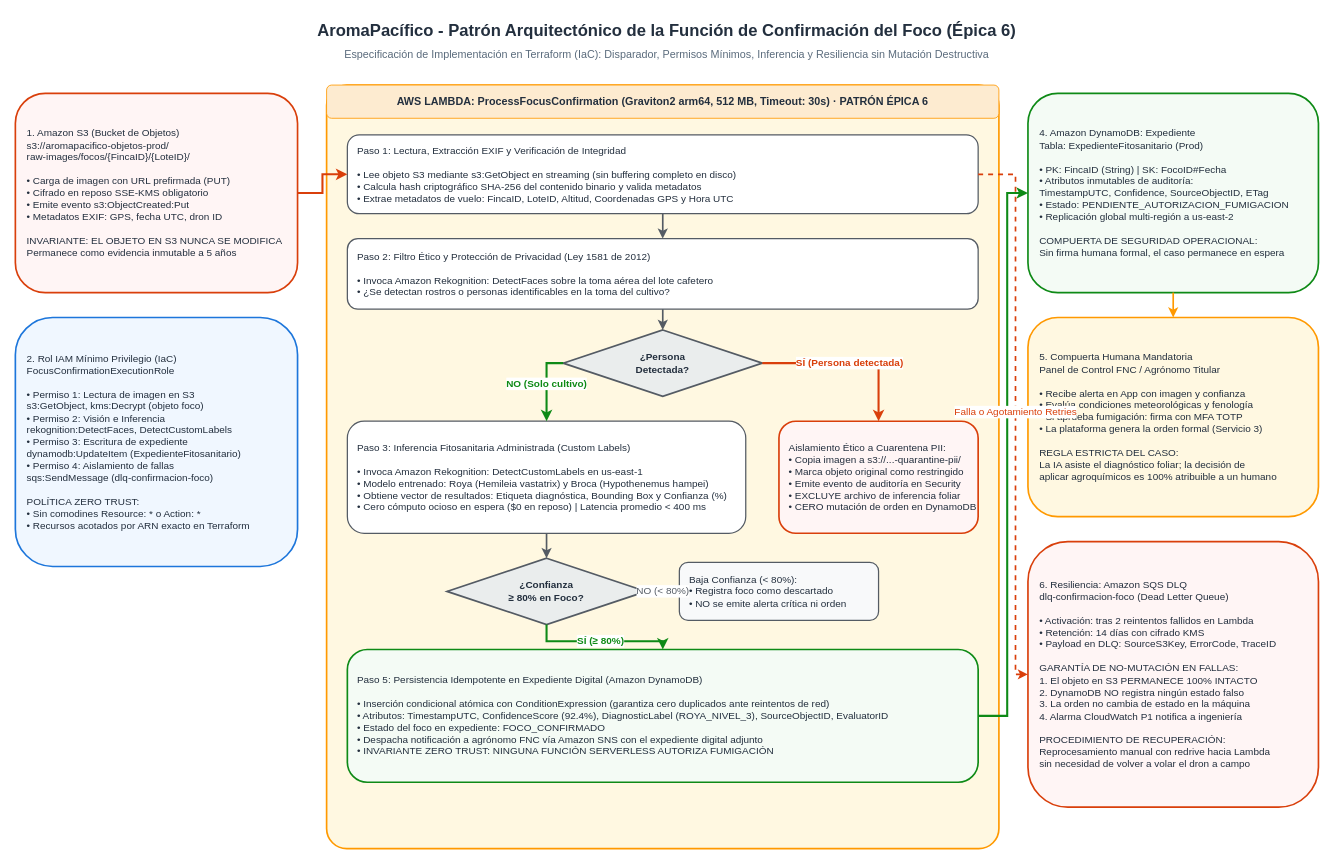
This is docs/architecture/diagrams/carga-e-funciones-foco-patron.drawio from aromapacifico-platform/planning, a draw.io file, before an edit. Source tidied: cells renumbered, new cells numbered last; positions are measured from the earlier drawing's top-left corner, leaving out a move shared by most shapes. Both pictures are drawn from the tidied source at 83%, with x=0, y=0 at pixel (15, 14).
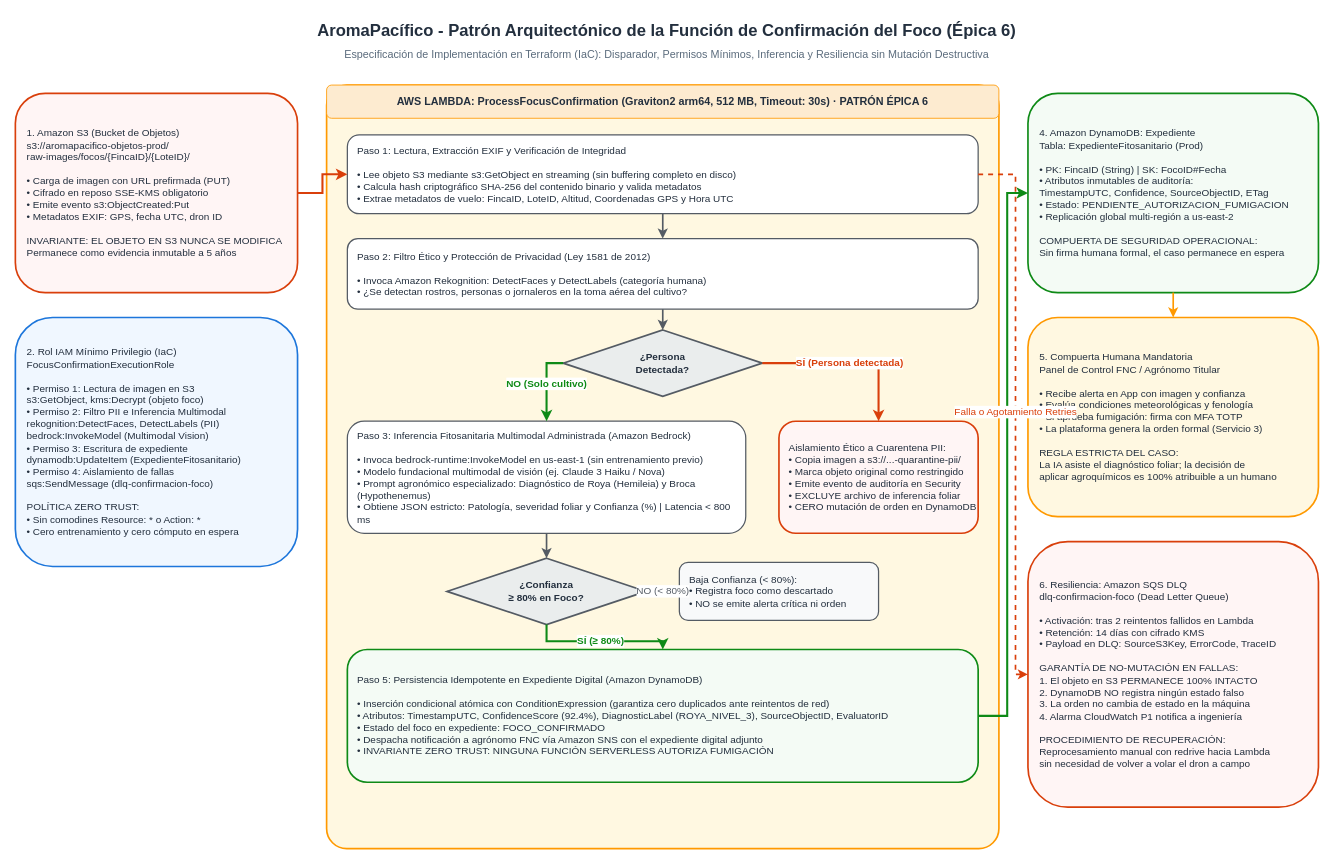
Above is the later version.

Commit message (it also covers changes not shown here):
feat(diagrams): update serverless functions to bedrock and sqs

What changed in the source:
```diff
@@
-    <mxCell id="5" value="2. Rol IAM Mínimo Privilegio (IaC)&#10;FocusConfirmationExecutionRole&#10;&#10;• Permiso 1: Lectura de imagen en S3&#10;  s3:GetObject, kms:Decrypt (objeto foco)&#10;• Permiso 2: Visión e Inferencia&#10;  rekognition:DetectFaces, DetectCustomLabels&#10;• Permiso 3: Escritura de expediente&#10;  dynamodb:UpdateItem (ExpedienteFitosanitario)&#10;• Permiso 4: Aislamiento de fallas&#10;  sqs:SendMessage (dlq-confirmacion-foco)&#10;&#10;POLÍTICA ZERO TRUST:&#10;• Sin comodines Resource: * o Action: *&#10;• Recursos acotados por ARN exacto en Terraform" style="rounded=1;whiteSpace=wrap;html=1;fillColor=#F0F7FF;strokeColor=#1D76DB;strokeWidth=2;fontSize=12;fontColor=#232F3E;align=left;spacingLeft=12;" parent="1" vertex="1">
+    <mxCell id="5" value="2. Rol IAM Mínimo Privilegio (IaC)&#10;FocusConfirmationExecutionRole&#10;&#10;• Permiso 1: Lectura de imagen en S3&#10;  s3:GetObject, kms:Decrypt (objeto foco)&#10;• Permiso 2: Filtro PII e Inferencia Multimodal&#10;  rekognition:DetectFaces, DetectLabels (PII)&#10;  bedrock:InvokeModel (Multimodal Vision)&#10;• Permiso 3: Escritura de expediente&#10;  dynamodb:UpdateItem (ExpedienteFitosanitario)&#10;• Permiso 4: Aislamiento de fallas&#10;  sqs:SendMessage (dlq-confirmacion-foco)&#10;&#10;POLÍTICA ZERO TRUST:&#10;• Sin comodines Resource: * o Action: *&#10;• Cero entrenamiento y cero cómputo en espera" style="rounded=1;whiteSpace=wrap;html=1;fillColor=#F0F7FF;strokeColor=#1D76DB;strokeWidth=2;fontSize=12;fontColor=#232F3E;align=left;spacingLeft=12;" parent="1" vertex="1">
       <mxGeometry y="365" width="340" height="300" as="geometry" />
     </mxCell>
@@
-    <mxCell id="9" value="Paso 2: Filtro Ético y Protección de Privacidad (Ley 1581 de 2012)&#10;&#10;• Invoca Amazon Rekognition: DetectFaces sobre la toma aérea del lote cafetero&#10;• ¿Se detectan rostros o personas identificables en la toma del cultivo?" style="rounded=1;whiteSpace=wrap;html=1;fillColor=#FFFFFF;strokeColor=#545B64;strokeWidth=1.5;fontSize=12;fontColor=#232F3E;align=left;spacingLeft=10;" parent="1" vertex="1">
+    <mxCell id="9" value="Paso 2: Filtro Ético y Protección de Privacidad (Ley 1581 de 2012)&#10;&#10;• Invoca Amazon Rekognition: DetectFaces y DetectLabels (categoría humana)&#10;• ¿Se detectan rostros, personas o jornaleros en la toma aérea del cultivo?" style="rounded=1;whiteSpace=wrap;html=1;fillColor=#FFFFFF;strokeColor=#545B64;strokeWidth=1.5;fontSize=12;fontColor=#232F3E;align=left;spacingLeft=10;" parent="1" vertex="1">
       <mxGeometry x="400" y="270" width="760" height="85" as="geometry" />
     </mxCell>
@@
-    <mxCell id="12" value="Paso 3: Inferencia Fitosanitaria Administrada (Custom Labels)&#10;&#10;• Invoca Amazon Rekognition: DetectCustomLabels en us-east-1&#10;• Modelo entrenado: Roya (Hemileia vastatrix) y Broca (Hypothenemus hampei)&#10;• Obtiene vector de resultados: Etiqueta diagnóstica, Bounding Box y Confianza (%)&#10;• Cero cómputo ocioso en espera ($0 en reposo) | Latencia promedio &lt; 400 ms" style="rounded=1;whiteSpace=wrap;html=1;fillColor=#FFFFFF;strokeColor=#545B64;strokeWidth=1.5;fontSize=12;fontColor=#232F3E;align=left;spacingLeft=10;" parent="1" vertex="1">
+    <mxCell id="12" value="Paso 3: Inferencia Fitosanitaria Multimodal Administrada (Amazon Bedrock)&#10;&#10;• Invoca bedrock-runtime:InvokeModel en us-east-1 (sin entrenamiento previo)&#10;• Modelo fundacional multimodal de visión (ej. Claude 3 Haiku / Nova)&#10;• Prompt agronómico especializado: Diagnóstico de Roya (Hemileia) y Broca (Hypothenemus)&#10;• Obtiene JSON estricto: Patología, severidad foliar y Confianza (%) | Latencia &lt; 800 ms" style="rounded=1;whiteSpace=wrap;html=1;fillColor=#FFFFFF;strokeColor=#545B64;strokeWidth=1.5;fontSize=12;fontColor=#232F3E;align=left;spacingLeft=10;" parent="1" vertex="1">
       <mxGeometry x="400" y="490" width="480" height="135" as="geometry" />
     </mxCell>
```
